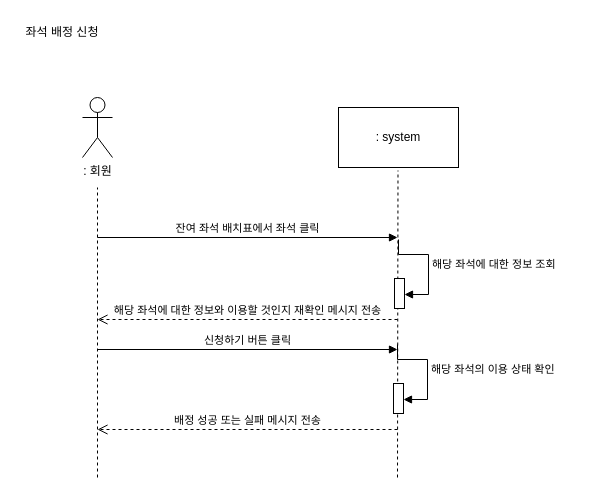
This is page "좌석 배정 신청" (4 of 7) of systemSequenceDiagram.drawio from cherror/placeK, a draw.io file, before an edit. Source tidied: cells renumbered, new cells numbered last; positions are measured from the earlier drawing's top-left corner, leaving out a move shared by most shapes. Both pictures are drawn from the tidied source at 100%, with x=0, y=0 at pixel (17, 17).
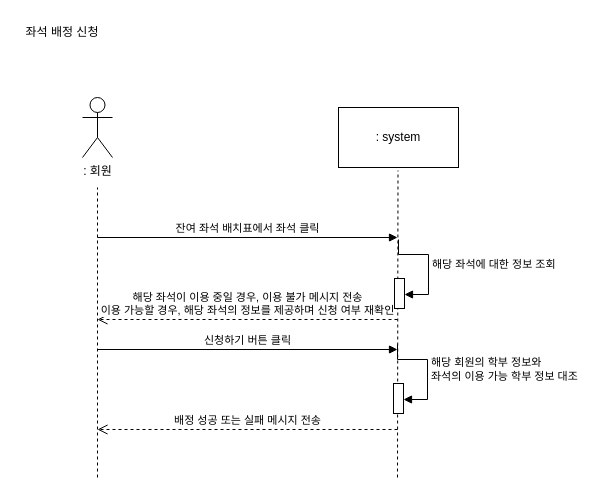
After the change.

Unchanged cells that the change refers to:
```xml
<mxCell id="12" style="html=1;points=[[0,0,0,0,5],[0,1,0,0,-5],[1,0,0,0,5],[1,1,0,0,-5]];perimeter=orthogonalPerimeter;outlineConnect=0;targetShapes=umlLifeline;portConstraint=eastwest;newEdgeStyle={&quot;curved&quot;:0,&quot;rounded&quot;:0};" parent="1" vertex="1">
  <mxGeometry x="376" y="366" width="10" height="30" as="geometry" />
</mxCell>
```

The edit, as a diff of the source:
```diff
@@
-    <mxCell id="6" value="해당 좌석에 대한 정보와 이용할 것인지 재확인 메시지 전송" style="html=1;verticalAlign=bottom;endArrow=open;dashed=1;endSize=8;curved=0;rounded=0;" parent="1" edge="1">
+    <mxCell id="6" value="해당 좌석이 이용 중일 경우, 이용 불가 메시지 전송&lt;div&gt;이용 가능할 경우, 해당 좌석의 정보를 제공하며 신청 여부 재확인&lt;/div&gt;" style="html=1;verticalAlign=bottom;endArrow=open;dashed=1;endSize=8;curved=0;rounded=0;" parent="1" edge="1">
       <mxGeometry relative="1" as="geometry">
         <mxPoint x="380" y="302" as="sourcePoint" />
         <mxPoint x="80" y="302" as="targetPoint" />
       </mxGeometry>
     </mxCell>
@@
-    <mxCell id="11" value="해당 좌석의 이용 상태 확인" style="html=1;align=left;spacingLeft=2;endArrow=block;rounded=0;edgeStyle=orthogonalEdgeStyle;curved=0;rounded=0;" parent="1" edge="1" target="12">
+    <mxCell id="11" value="해당 회원의 학부 정보와&lt;div&gt;좌석의 이용 가능 학부 정보 대조&lt;/div&gt;" style="html=1;align=left;spacingLeft=2;endArrow=block;rounded=0;edgeStyle=orthogonalEdgeStyle;curved=0;rounded=0;" parent="1" edge="1" target="12">
       <mxGeometry relative="1" as="geometry">
         <mxPoint x="380" y="327" as="sourcePoint" />
         <Array as="points">
           <mxPoint x="380" y="342" />
           <mxPoint x="410" y="342" />
           <mxPoint x="410" y="382" />
         </Array>
       </mxGeometry>
     </mxCell>
```
